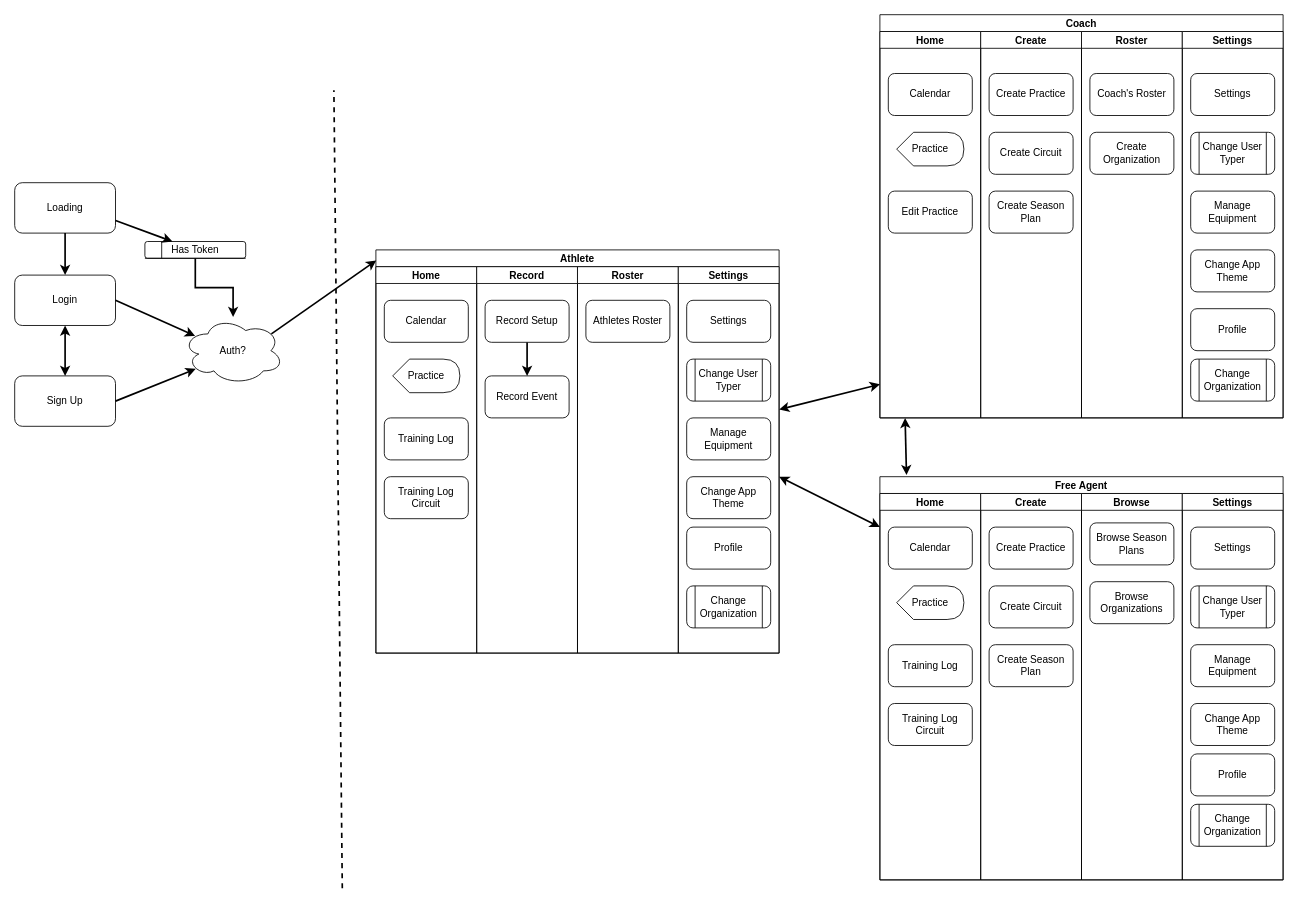
Before: BBSports.drawio in Henkemeyer/BBSports, a draw.io diagram. Source tidied: cells renumbered, new cells numbered last; positions are measured from the earlier drawing's top-left corner, leaving out a move shared by most shapes. Both pictures are drawn from the tidied source at 84%, with x=0, y=0 at pixel (14, 14).
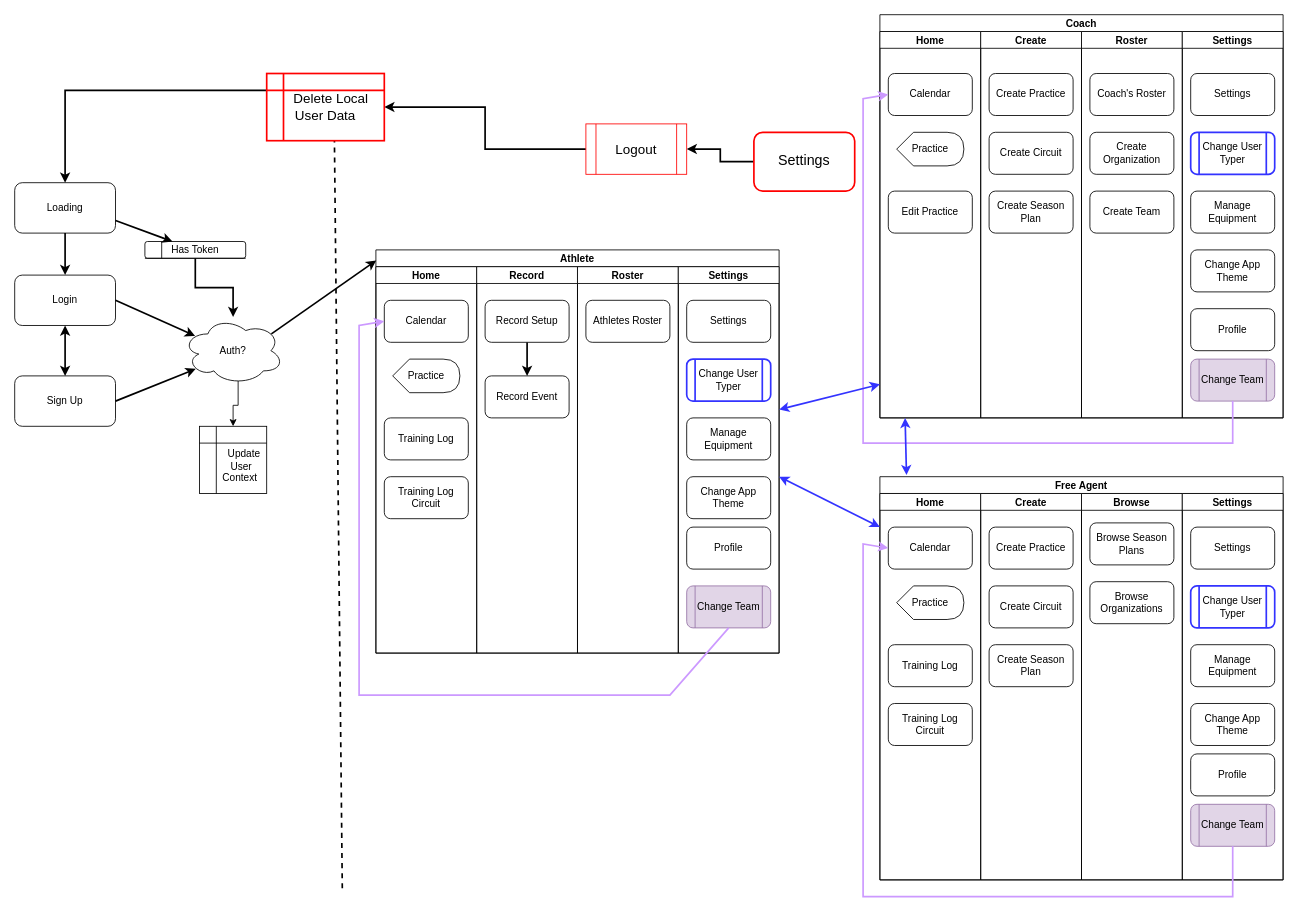
After the change.

Unchanged cells that the change refers to:
```xml
<mxCell id="2" value="Coach" style="swimlane;startSize=20;" parent="1" vertex="1">
  <mxGeometry x="1030" width="480" height="480" as="geometry" />
</mxCell>
<mxCell id="3" value="Home" style="swimlane;startSize=20;" parent="2" vertex="1">
  <mxGeometry y="20" width="120" height="460" as="geometry" />
</mxCell>
<mxCell id="4" value="Calendar" style="rounded=1;whiteSpace=wrap;html=1;" parent="3" vertex="1">
  <mxGeometry x="10" y="50" width="100" height="50" as="geometry" />
</mxCell>
<mxCell id="11" value="Roster" style="swimlane;startSize=20;" parent="2" vertex="1">
  <mxGeometry x="240" y="20" width="120" height="460" as="geometry" />
</mxCell>
<mxCell id="14" value="Settings" style="swimlane;startSize=20;" parent="2" vertex="1">
  <mxGeometry x="360" y="20" width="120" height="460" as="geometry" />
</mxCell>
<mxCell id="21" value="Free Agent" style="swimlane;startSize=20;" parent="1" vertex="1">
  <mxGeometry x="1030" y="550" width="480" height="480" as="geometry" />
</mxCell>
<mxCell id="23" value="Calendar" style="rounded=1;whiteSpace=wrap;html=1;" parent="22" vertex="1">
  <mxGeometry x="10" y="40" width="100" height="50" as="geometry" />
</mxCell>
<mxCell id="34" value="Settings" style="swimlane;startSize=20;" parent="21" vertex="1">
  <mxGeometry x="360" y="20" width="120" height="460" as="geometry" />
</mxCell>
<mxCell id="41" value="Athlete" style="swimlane;startSize=20;" parent="1" vertex="1">
  <mxGeometry x="430" y="280" width="480" height="480" as="geometry" />
</mxCell>
<mxCell id="43" value="Calendar" style="rounded=1;whiteSpace=wrap;html=1;" parent="42" vertex="1">
  <mxGeometry x="10" y="40" width="100" height="50" as="geometry" />
</mxCell>
<mxCell id="53" value="Settings" style="swimlane;startSize=20;" parent="41" vertex="1">
  <mxGeometry x="360" y="20" width="120" height="460" as="geometry" />
</mxCell>
<mxCell id="61" value="Loading" style="rounded=1;whiteSpace=wrap;html=1;" parent="1" vertex="1">
  <mxGeometry y="200" width="120" height="60" as="geometry" />
</mxCell>
<mxCell id="64" value="Auth?" style="ellipse;shape=cloud;whiteSpace=wrap;html=1;" parent="1" vertex="1">
  <mxGeometry x="200" y="360" width="120" height="80" as="geometry" />
</mxCell>
```

Change to the diagram source:
```diff
@@
+    <mxCell id="76" value="Create Team" style="rounded=1;whiteSpace=wrap;html=1;" parent="11" vertex="1">
+      <mxGeometry x="10" y="190" width="100" height="50" as="geometry" />
+    </mxCell>
@@
-    <mxCell id="16" value="Change User Typer" style="shape=process;whiteSpace=wrap;html=1;backgroundOutline=1;rounded=1;fontFamily=Helvetica;fontSize=12;fontColor=default;strokeColor=default;fillColor=default;" parent="14" vertex="1">
+    <mxCell id="16" value="Change User Typer" style="shape=process;whiteSpace=wrap;html=1;backgroundOutline=1;rounded=1;fontFamily=Helvetica;fontSize=12;fontColor=default;strokeColor=#3333FF;fillColor=default;strokeWidth=2;" parent="14" vertex="1">
       <mxGeometry x="10" y="120" width="100" height="50" as="geometry" />
     </mxCell>
@@
-    <mxCell id="20" value="Change Organization" style="shape=process;whiteSpace=wrap;html=1;backgroundOutline=1;rounded=1;fontFamily=Helvetica;fontSize=12;fontColor=default;strokeColor=default;fillColor=default;" parent="14" vertex="1">
+    <mxCell id="20" value="Change Team" style="shape=process;whiteSpace=wrap;html=1;backgroundOutline=1;rounded=1;fontFamily=Helvetica;fontSize=12;strokeColor=#9673a6;fillColor=#e1d5e7;" parent="14" vertex="1">
       <mxGeometry x="10" y="390" width="100" height="50" as="geometry" />
     </mxCell>
+    <mxCell id="77" style="endArrow=classic;html=1;rounded=0;fontSize=16;strokeColor=#CC99FF;strokeWidth=2;entryX=0;entryY=0.5;entryDx=0;entryDy=0;exitX=0.5;exitY=1;exitDx=0;exitDy=0;" parent="2" edge="1" source="20" target="4">
+      <mxGeometry relative="1" as="geometry">
+        <Array as="points">
+          <mxPoint x="420" y="510" />
+          <mxPoint x="-20" y="510" />
+          <mxPoint x="-20" y="100" />
+        </Array>
+      </mxGeometry>
+    </mxCell>
@@
-    <mxCell id="36" value="Change User Typer" style="shape=process;whiteSpace=wrap;html=1;backgroundOutline=1;rounded=1;fontFamily=Helvetica;fontSize=12;fontColor=default;strokeColor=default;fillColor=default;" parent="34" vertex="1">
+    <mxCell id="36" value="Change User Typer" style="shape=process;whiteSpace=wrap;html=1;backgroundOutline=1;rounded=1;fontFamily=Helvetica;fontSize=12;fontColor=default;strokeColor=#3333FF;fillColor=default;strokeWidth=2;" parent="34" vertex="1">
       <mxGeometry x="10" y="110" width="100" height="50" as="geometry" />
     </mxCell>
@@
-    <mxCell id="40" value="Change Organization" style="shape=process;whiteSpace=wrap;html=1;backgroundOutline=1;rounded=1;fontFamily=Helvetica;fontSize=12;fontColor=default;strokeColor=default;fillColor=default;" parent="34" vertex="1">
+    <mxCell id="40" value="Change Team" style="shape=process;whiteSpace=wrap;html=1;backgroundOutline=1;rounded=1;fontFamily=Helvetica;fontSize=12;strokeColor=#9673a6;fillColor=#e1d5e7;" parent="34" vertex="1">
       <mxGeometry x="10" y="370" width="100" height="50" as="geometry" />
     </mxCell>
+    <mxCell id="78" style="endArrow=classic;html=1;rounded=0;fontSize=16;strokeColor=#CC99FF;strokeWidth=2;exitX=0.5;exitY=1;exitDx=0;exitDy=0;entryX=0;entryY=0.5;entryDx=0;entryDy=0;" parent="21" edge="1" source="40" target="23">
+      <mxGeometry relative="1" as="geometry">
+        <Array as="points">
+          <mxPoint x="420" y="500" />
+          <mxPoint x="-20" y="500" />
+          <mxPoint x="-20" y="80" />
+        </Array>
+      </mxGeometry>
+    </mxCell>
@@
-    <mxCell id="55" value="Change User Typer" style="shape=process;whiteSpace=wrap;html=1;backgroundOutline=1;rounded=1;fontFamily=Helvetica;fontSize=12;fontColor=default;strokeColor=default;fillColor=default;" parent="53" vertex="1">
+    <mxCell id="55" value="Change User Typer" style="shape=process;whiteSpace=wrap;html=1;backgroundOutline=1;rounded=1;fontFamily=Helvetica;fontSize=12;fontColor=default;strokeColor=#3333FF;fillColor=default;strokeWidth=2;" parent="53" vertex="1">
       <mxGeometry x="10" y="110" width="100" height="50" as="geometry" />
     </mxCell>
@@
-    <mxCell id="59" value="Change Organization" style="shape=process;whiteSpace=wrap;html=1;backgroundOutline=1;rounded=1;fontFamily=Helvetica;fontSize=12;fontColor=default;strokeColor=default;fillColor=default;" parent="53" vertex="1">
+    <mxCell id="59" value="Change Team" style="shape=process;whiteSpace=wrap;html=1;backgroundOutline=1;rounded=1;fontFamily=Helvetica;fontSize=12;strokeColor=#9673a6;fillColor=#e1d5e7;" parent="53" vertex="1">
       <mxGeometry x="10" y="380" width="100" height="50" as="geometry" />
     </mxCell>
+    <mxCell id="79" style="endArrow=classic;html=1;rounded=0;fontSize=16;strokeColor=#CC99FF;strokeWidth=2;exitX=0.5;exitY=1;exitDx=0;exitDy=0;entryX=0;entryY=0.5;entryDx=0;entryDy=0;" parent="41" edge="1" source="59" target="43">
+      <mxGeometry relative="1" as="geometry">
+        <Array as="points">
+          <mxPoint x="350" y="530" />
+          <mxPoint x="-20" y="530" />
+          <mxPoint x="-20" y="90" />
+        </Array>
+      </mxGeometry>
+    </mxCell>
@@
+    <mxCell id="80" style="edgeStyle=orthogonalEdgeStyle;rounded=0;jettySize=auto;html=1;exitX=0.55;exitY=0.95;exitDx=0;exitDy=0;exitPerimeter=0;entryX=0.5;entryY=0;entryDx=0;entryDy=0;" parent="1" edge="1" source="64" target="83">
+      <mxGeometry relative="1" as="geometry" />
+    </mxCell>
@@
-    <mxCell id="70" style="endArrow=classic;startArrow=classic;html=1;rounded=0;strokeWidth=2;" parent="1" edge="1">
+    <mxCell id="70" style="endArrow=classic;startArrow=classic;html=1;rounded=0;strokeWidth=2;strokeColor=#3333FF;" parent="1" edge="1">
       <mxGeometry relative="1" as="geometry">
         <mxPoint x="910" y="470" as="sourcePoint" />
         <mxPoint x="1030" y="440" as="targetPoint" />
       </mxGeometry>
     </mxCell>
-    <mxCell id="71" style="endArrow=classic;startArrow=classic;html=1;rounded=0;strokeWidth=2;" parent="1" edge="1">
+    <mxCell id="71" style="endArrow=classic;startArrow=classic;html=1;rounded=0;strokeWidth=2;strokeColor=#3333FF;" parent="1" edge="1">
       <mxGeometry relative="1" as="geometry">
         <mxPoint x="910" y="550" as="sourcePoint" />
         <mxPoint x="1030" y="610" as="targetPoint" />
       </mxGeometry>
     </mxCell>
-    <mxCell id="72" style="endArrow=classic;startArrow=classic;html=1;rounded=0;strokeWidth=2;entryX=0.25;entryY=1;entryDx=0;entryDy=0;exitX=0.066;exitY=-0.004;exitDx=0;exitDy=0;exitPerimeter=0;" parent="1" edge="1" source="21" target="3">
+    <mxCell id="72" style="endArrow=classic;startArrow=classic;html=1;rounded=0;strokeWidth=2;entryX=0.25;entryY=1;entryDx=0;entryDy=0;exitX=0.066;exitY=-0.004;exitDx=0;exitDy=0;exitPerimeter=0;strokeColor=#3333FF;" parent="1" edge="1" source="21" target="3">
       <mxGeometry relative="1" as="geometry" />
     </mxCell>
@@
+    <mxCell id="81" style="edgeStyle=orthogonalEdgeStyle;rounded=0;jettySize=auto;html=1;exitX=0;exitY=0.5;exitDx=0;exitDy=0;entryX=1;entryY=0.5;entryDx=0;entryDy=0;fontSize=16;strokeWidth=2;" parent="1" edge="1" source="82" target="85">
+      <mxGeometry relative="1" as="geometry" />
+    </mxCell>
+    <mxCell id="82" value="Settings" style="rounded=1;whiteSpace=wrap;html=1;strokeColor=#FF0000;strokeWidth=2;fontSize=17;" parent="1" vertex="1">
+      <mxGeometry x="880" y="140" width="120" height="70" as="geometry" />
+    </mxCell>
+    <mxCell id="83" value="&amp;nbsp; &amp;nbsp; &amp;nbsp; &amp;nbsp;&lt;br&gt;&amp;nbsp; &amp;nbsp; &amp;nbsp; &amp;nbsp; &amp;nbsp;Update&amp;nbsp; &amp;nbsp; &amp;nbsp; &amp;nbsp; User &lt;br&gt;&amp;nbsp; &amp;nbsp; &amp;nbsp;Context" style="shape=internalStorage;whiteSpace=wrap;html=1;backgroundOutline=1;" parent="1" vertex="1">
+      <mxGeometry x="220" y="490" width="80" height="80" as="geometry" />
+    </mxCell>
+    <mxCell id="84" style="edgeStyle=orthogonalEdgeStyle;rounded=0;jettySize=auto;html=1;exitX=0;exitY=0.5;exitDx=0;exitDy=0;fontSize=16;strokeWidth=2;" parent="1" edge="1" source="85" target="87">
+      <mxGeometry relative="1" as="geometry" />
+    </mxCell>
+    <mxCell id="85" value="&lt;font style=&quot;font-size: 16px;&quot;&gt;Logout&lt;/font&gt;" style="shape=process;whiteSpace=wrap;html=1;backgroundOutline=1;strokeColor=#FF0000;" parent="1" vertex="1">
+      <mxGeometry x="680" y="130" width="120" height="60" as="geometry" />
+    </mxCell>
+    <mxCell id="86" style="edgeStyle=orthogonalEdgeStyle;rounded=0;jettySize=auto;html=1;exitX=0;exitY=0.25;exitDx=0;exitDy=0;entryX=0.5;entryY=0;entryDx=0;entryDy=0;fontSize=16;strokeWidth=2;" parent="1" edge="1" source="87" target="61">
+      <mxGeometry relative="1" as="geometry" />
+    </mxCell>
+    <mxCell id="87" value="&amp;nbsp; &amp;nbsp;Delete Local User Data" style="shape=internalStorage;whiteSpace=wrap;html=1;backgroundOutline=1;fontSize=16;strokeColor=#FF0000;strokeWidth=2;" parent="1" vertex="1">
+      <mxGeometry x="300" y="70" width="140" height="80" as="geometry" />
+    </mxCell>
```
